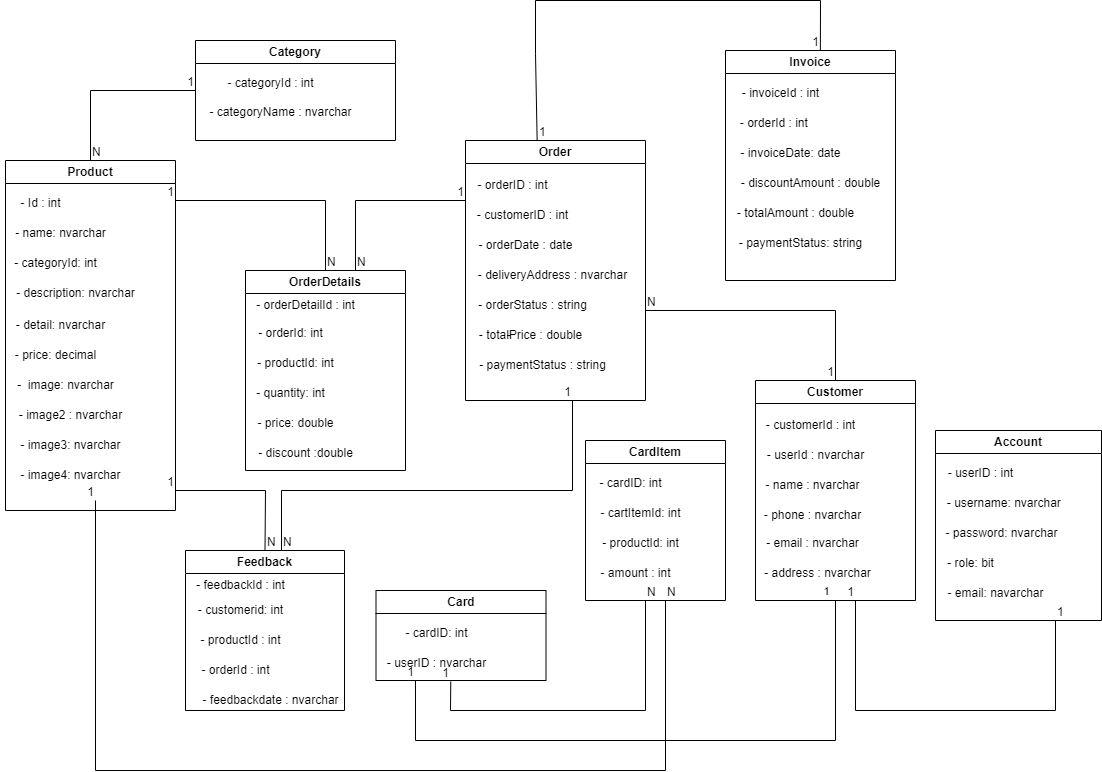
Earlier version of the draw.io export vẽ class diagram cho web bán hàng-Trang-3.drawio.png (TTHTech/Diagram). Source tidied: cells renumbered, new cells last; positions are measured from the earlier drawing's top-left corner, leaving out a move shared by most shapes.
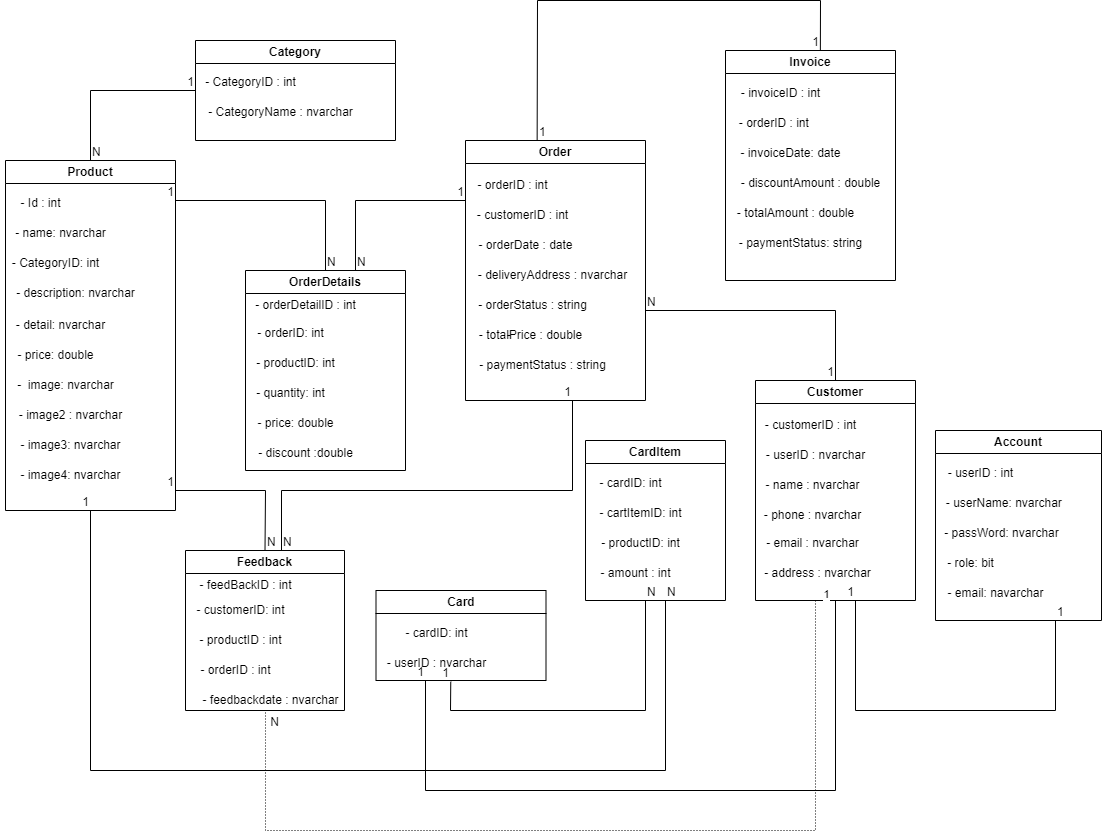
Later version of the same file.

The edit, as a diff of the source:
```diff
@@ -8,7 +8,7 @@
     <mxCell id="3" value="- Id : int" style="text;html=1;align=center;verticalAlign=middle;strokeColor=none;fillColor=none;" parent="2" vertex="1">
       <mxGeometry x="5" y="28" width="60" height="30" as="geometry" />
     </mxCell>
-    <mxCell id="4" value="- categoryId: int" style="text;html=1;align=center;verticalAlign=middle;strokeColor=none;fillColor=none;" parent="2" vertex="1">
+    <mxCell id="4" value="- CategoryID: int" style="text;html=1;align=center;verticalAlign=middle;strokeColor=none;fillColor=none;" parent="2" vertex="1">
       <mxGeometry x="-5" y="88" width="110" height="30" as="geometry" />
     </mxCell>
     <mxCell id="5" value="- name: nvarchar" style="text;html=1;align=center;verticalAlign=middle;strokeColor=none;fillColor=none;" parent="2" vertex="1">
@@ -20,7 +20,7 @@
     <mxCell id="7" value="- detail: nvarchar" style="text;html=1;align=center;verticalAlign=middle;strokeColor=none;fillColor=none;" parent="2" vertex="1">
       <mxGeometry y="150" width="110" height="30" as="geometry" />
     </mxCell>
-    <mxCell id="8" value="- price: decimal" style="text;html=1;align=center;verticalAlign=middle;strokeColor=none;fillColor=none;" parent="2" vertex="1">
+    <mxCell id="8" value="- price: double" style="text;html=1;align=center;verticalAlign=middle;strokeColor=none;fillColor=none;" parent="2" vertex="1">
       <mxGeometry y="180" width="100" height="30" as="geometry" />
     </mxCell>
     <mxCell id="9" value="-&amp;nbsp; image: nvarchar" style="text;html=1;align=center;verticalAlign=middle;strokeColor=none;fillColor=none;" parent="2" vertex="1">
@@ -41,10 +41,10 @@
     <mxCell id="14" value="- userID : int" style="text;html=1;align=center;verticalAlign=middle;strokeColor=none;fillColor=none;" parent="13" vertex="1">
       <mxGeometry y="28" width="90" height="30" as="geometry" />
     </mxCell>
-    <mxCell id="15" value="- username: nvarchar&amp;nbsp;" style="text;html=1;align=center;verticalAlign=middle;strokeColor=none;fillColor=none;" parent="13" vertex="1">
+    <mxCell id="15" value="- userName: nvarchar&amp;nbsp;" style="text;html=1;align=center;verticalAlign=middle;strokeColor=none;fillColor=none;" parent="13" vertex="1">
       <mxGeometry y="58" width="140" height="30" as="geometry" />
     </mxCell>
-    <mxCell id="16" value="- password: nvarchar" style="text;html=1;align=center;verticalAlign=middle;strokeColor=none;fillColor=none;" parent="13" vertex="1">
+    <mxCell id="16" value="- passWord: nvarchar" style="text;html=1;align=center;verticalAlign=middle;strokeColor=none;fillColor=none;" parent="13" vertex="1">
       <mxGeometry x="-4" y="88" width="140" height="30" as="geometry" />
     </mxCell>
     <mxCell id="17" value="- role: bit" style="text;html=1;align=center;verticalAlign=middle;strokeColor=none;fillColor=none;" parent="13" vertex="1">
@@ -65,10 +65,10 @@
     <mxCell id="22" value="Category" style="swimlane;whiteSpace=wrap;html=1;" parent="1" vertex="1">
       <mxGeometry x="195" y="40" width="200" height="100" as="geometry" />
     </mxCell>
-    <mxCell id="23" value="- categoryId : int" style="text;html=1;align=center;verticalAlign=middle;strokeColor=none;fillColor=none;" parent="22" vertex="1">
-      <mxGeometry x="20" y="28" width="110" height="30" as="geometry" />
+    <mxCell id="23" value="- CategoryID : int" style="text;html=1;align=center;verticalAlign=middle;strokeColor=none;fillColor=none;" parent="22" vertex="1">
+      <mxGeometry y="27" width="110" height="30" as="geometry" />
     </mxCell>
-    <mxCell id="24" value="- categoryName : nvarchar" style="text;html=1;align=center;verticalAlign=middle;strokeColor=none;fillColor=none;" parent="22" vertex="1">
+    <mxCell id="24" value="- CategoryName : nvarchar" style="text;html=1;align=center;verticalAlign=middle;strokeColor=none;fillColor=none;" parent="22" vertex="1">
       <mxGeometry y="57" width="170" height="30" as="geometry" />
     </mxCell>
     <mxCell id="25" value="Order" style="swimlane;whiteSpace=wrap;html=1;" parent="1" vertex="1">
@@ -101,13 +101,13 @@
     <mxCell id="34" value="OrderDetails" style="swimlane;whiteSpace=wrap;html=1;" parent="1" vertex="1">
       <mxGeometry x="245" y="270" width="160" height="200" as="geometry" />
     </mxCell>
-    <mxCell id="35" value="-&amp;nbsp;orderDetailId : int" style="text;html=1;align=center;verticalAlign=middle;strokeColor=none;fillColor=none;" parent="34" vertex="1">
+    <mxCell id="35" value="-&amp;nbsp;orderDetailID : int" style="text;html=1;align=center;verticalAlign=middle;strokeColor=none;fillColor=none;" parent="34" vertex="1">
       <mxGeometry y="20" width="120" height="30" as="geometry" />
     </mxCell>
-    <mxCell id="36" value="-&amp;nbsp;orderId: int" style="text;html=1;align=center;verticalAlign=middle;strokeColor=none;fillColor=none;" parent="34" vertex="1">
+    <mxCell id="36" value="-&amp;nbsp;orderID: int" style="text;html=1;align=center;verticalAlign=middle;strokeColor=none;fillColor=none;" parent="34" vertex="1">
       <mxGeometry y="48" width="90" height="30" as="geometry" />
     </mxCell>
-    <mxCell id="37" value="-&amp;nbsp;productId: int" style="text;html=1;align=center;verticalAlign=middle;strokeColor=none;fillColor=none;" parent="34" vertex="1">
+    <mxCell id="37" value="-&amp;nbsp;productID: int" style="text;html=1;align=center;verticalAlign=middle;strokeColor=none;fillColor=none;" parent="34" vertex="1">
       <mxGeometry y="78" width="100" height="30" as="geometry" />
     </mxCell>
     <mxCell id="38" value="-&amp;nbsp;quantity: int" style="text;html=1;align=center;verticalAlign=middle;strokeColor=none;fillColor=none;" parent="34" vertex="1">
@@ -122,16 +122,16 @@
     <mxCell id="41" value="Feedback" style="swimlane;whiteSpace=wrap;html=1;" parent="1" vertex="1">
       <mxGeometry x="185" y="550" width="159" height="160" as="geometry" />
     </mxCell>
-    <mxCell id="42" value="- feedbackId : int" style="text;html=1;align=center;verticalAlign=middle;strokeColor=none;fillColor=none;" parent="41" vertex="1">
-      <mxGeometry y="20" width="110" height="30" as="geometry" />
+    <mxCell id="42" value="- feedBackID : int" style="text;html=1;align=center;verticalAlign=middle;strokeColor=none;fillColor=none;" parent="41" vertex="1">
+      <mxGeometry y="20" width="120" height="30" as="geometry" />
     </mxCell>
-    <mxCell id="43" value="- customerid: int" style="text;html=1;align=center;verticalAlign=middle;strokeColor=none;fillColor=none;" parent="41" vertex="1">
+    <mxCell id="43" value="- customerID: int" style="text;html=1;align=center;verticalAlign=middle;strokeColor=none;fillColor=none;" parent="41" vertex="1">
       <mxGeometry y="45" width="110" height="30" as="geometry" />
     </mxCell>
-    <mxCell id="44" value="- productId : int" style="text;html=1;align=center;verticalAlign=middle;strokeColor=none;fillColor=none;" parent="41" vertex="1">
-      <mxGeometry x="5" y="75" width="100" height="30" as="geometry" />
+    <mxCell id="44" value="- productID : int" style="text;html=1;align=center;verticalAlign=middle;strokeColor=none;fillColor=none;" parent="41" vertex="1">
+      <mxGeometry y="75" width="110" height="30" as="geometry" />
     </mxCell>
-    <mxCell id="45" value="- orderId : int" style="text;html=1;align=center;verticalAlign=middle;strokeColor=none;fillColor=none;" parent="41" vertex="1">
+    <mxCell id="45" value="- orderID : int" style="text;html=1;align=center;verticalAlign=middle;strokeColor=none;fillColor=none;" parent="41" vertex="1">
       <mxGeometry x="5" y="105" width="90" height="30" as="geometry" />
     </mxCell>
     <mxCell id="46" value="- feedbackdate : nvarchar" style="text;html=1;align=center;verticalAlign=middle;strokeColor=none;fillColor=none;" parent="41" vertex="1">
@@ -182,10 +182,10 @@
     <mxCell id="56" value="Customer" style="swimlane;whiteSpace=wrap;html=1;" parent="1" vertex="1">
       <mxGeometry x="755" y="380" width="160" height="220" as="geometry" />
     </mxCell>
-    <mxCell id="57" value="- userId : nvarchar" style="text;html=1;align=center;verticalAlign=middle;strokeColor=none;fillColor=none;" parent="56" vertex="1">
+    <mxCell id="57" value="- userID : nvarchar" style="text;html=1;align=center;verticalAlign=middle;strokeColor=none;fillColor=none;" parent="56" vertex="1">
       <mxGeometry y="60" width="120" height="30" as="geometry" />
     </mxCell>
-    <mxCell id="58" value="- customerId : int" style="text;html=1;align=center;verticalAlign=middle;strokeColor=none;fillColor=none;" parent="56" vertex="1">
+    <mxCell id="58" value="- customerID : int" style="text;html=1;align=center;verticalAlign=middle;strokeColor=none;fillColor=none;" parent="56" vertex="1">
       <mxGeometry y="30" width="110" height="30" as="geometry" />
     </mxCell>
     <mxCell id="59" value="- name : nvarchar" style="text;html=1;align=center;verticalAlign=middle;strokeColor=none;fillColor=none;" parent="56" vertex="1">
@@ -220,10 +220,10 @@
     <mxCell id="67" value="- cardID: int" style="text;html=1;align=center;verticalAlign=middle;strokeColor=none;fillColor=none;" parent="66" vertex="1">
       <mxGeometry y="28" width="90" height="30" as="geometry" />
     </mxCell>
-    <mxCell id="68" value="-&amp;nbsp;cartItemId: int" style="text;html=1;align=center;verticalAlign=middle;strokeColor=none;fillColor=none;" parent="66" vertex="1">
-      <mxGeometry x="5" y="58" width="100" height="30" as="geometry" />
+    <mxCell id="68" value="-&amp;nbsp;cartItemID: int" style="text;html=1;align=center;verticalAlign=middle;strokeColor=none;fillColor=none;" parent="66" vertex="1">
+      <mxGeometry y="58" width="110" height="30" as="geometry" />
     </mxCell>
-    <mxCell id="69" value="- productId: int" style="text;html=1;align=center;verticalAlign=middle;strokeColor=none;fillColor=none;" parent="66" vertex="1">
+    <mxCell id="69" value="- productID: int" style="text;html=1;align=center;verticalAlign=middle;strokeColor=none;fillColor=none;" parent="66" vertex="1">
       <mxGeometry x="5" y="88" width="100" height="30" as="geometry" />
     </mxCell>
     <mxCell id="70" value="- amount : int" style="text;html=1;align=center;verticalAlign=middle;strokeColor=none;fillColor=none;" parent="66" vertex="1">
@@ -232,8 +232,8 @@
     <mxCell id="71" value="Invoice" style="swimlane;whiteSpace=wrap;html=1;" parent="1" vertex="1">
       <mxGeometry x="725" y="50" width="170" height="230" as="geometry" />
     </mxCell>
-    <mxCell id="72" value="-&amp;nbsp;orderId : int&amp;nbsp;" style="text;html=1;align=center;verticalAlign=middle;strokeColor=none;fillColor=none;" parent="71" vertex="1">
-      <mxGeometry x="5" y="58" width="90" height="30" as="geometry" />
+    <mxCell id="72" value="-&amp;nbsp;orderID : int&amp;nbsp;" style="text;html=1;align=center;verticalAlign=middle;strokeColor=none;fillColor=none;" parent="71" vertex="1">
+      <mxGeometry y="58" width="100" height="30" as="geometry" />
     </mxCell>
     <mxCell id="73" value="-&amp;nbsp;invoiceDate: date" style="text;html=1;align=center;verticalAlign=middle;strokeColor=none;fillColor=none;" parent="71" vertex="1">
       <mxGeometry x="5" y="88" width="120" height="30" as="geometry" />
@@ -247,7 +247,7 @@
     <mxCell id="76" value="-&amp;nbsp;paymentStatus: string" style="text;html=1;align=center;verticalAlign=middle;strokeColor=none;fillColor=none;" parent="71" vertex="1">
       <mxGeometry y="178" width="150" height="30" as="geometry" />
     </mxCell>
-    <mxCell id="77" value="-&amp;nbsp;invoiceId : int" style="text;html=1;align=center;verticalAlign=middle;strokeColor=none;fillColor=none;" parent="71" vertex="1">
+    <mxCell id="77" value="-&amp;nbsp;invoiceID : int" style="text;html=1;align=center;verticalAlign=middle;strokeColor=none;fillColor=none;" parent="71" vertex="1">
       <mxGeometry x="5" y="28" width="100" height="30" as="geometry" />
     </mxCell>
     <mxCell id="78" style="endArrow=none;html=1;rounded=0;exitX=0.5;exitY=0;exitDx=0;exitDy=0;" parent="1" edge="1" source="41">
@@ -315,8 +315,7 @@
       <mxGeometry relative="1" as="geometry">
         <mxPoint x="536.6" y="140" as="sourcePoint" />
         <Array as="points">
-          <mxPoint x="535" y="53.1" />
-          <mxPoint x="535" />
+          <mxPoint x="537" />
           <mxPoint x="820" />
         </Array>
       </mxGeometry>
@@ -327,13 +326,12 @@
     <mxCell id="92" value="1" style="html=1;whiteSpace=wrap;align=right;verticalAlign=bottom;" parent="90" vertex="1">
       <mxGeometry x="1" relative="1" as="geometry" />
     </mxCell>
-    <mxCell id="93" style="endArrow=none;html=1;rounded=0;" parent="1" edge="1">
+    <mxCell id="93" style="endArrow=none;html=1;rounded=0;entryX=0.5;entryY=1;entryDx=0;entryDy=0;" parent="1" edge="1" target="2">
       <mxGeometry relative="1" as="geometry">
         <mxPoint x="665" y="600" as="sourcePoint" />
-        <mxPoint x="95" y="500" as="targetPoint" />
         <Array as="points">
           <mxPoint x="665" y="770" />
-          <mxPoint x="95" y="770" />
+          <mxPoint x="90" y="770" />
         </Array>
       </mxGeometry>
     </mxCell>
@@ -343,12 +341,12 @@
     <mxCell id="95" value="1" style="html=1;whiteSpace=wrap;align=right;verticalAlign=bottom;" parent="93" vertex="1">
       <mxGeometry x="1" relative="1" as="geometry" />
     </mxCell>
-    <mxCell id="96" style="endArrow=none;html=1;rounded=0;entryX=0.329;entryY=1.067;entryDx=0;entryDy=0;entryPerimeter=0;" parent="1" edge="1" target="21">
+    <mxCell id="96" style="endArrow=none;html=1;rounded=0;exitX=0.5;exitY=1;exitDx=0;exitDy=0;" parent="1" edge="1" source="56">
       <mxGeometry relative="1" as="geometry">
-        <mxPoint x="835" y="600" as="sourcePoint" />
+        <mxPoint x="425" y="680" as="targetPoint" />
         <Array as="points">
-          <mxPoint x="835" y="740" />
-          <mxPoint x="415" y="740" />
+          <mxPoint x="835" y="790" />
+          <mxPoint x="425" y="790" />
         </Array>
       </mxGeometry>
     </mxCell>
@@ -363,5 +361,20 @@
         <mxPoint x="-12" y="-28" as="offset" />
       </mxGeometry>
     </mxCell>
+    <mxCell id="100" style="endArrow=none;html=1;rounded=0;dashed=1;dashPattern=1 2;" parent="1" edge="1">
+      <mxGeometry relative="1" as="geometry">
+        <mxPoint x="815" y="600" as="sourcePoint" />
+        <mxPoint x="265" y="710" as="targetPoint" />
+        <Array as="points">
+          <mxPoint x="815" y="830" />
+          <mxPoint x="265" y="830" />
+        </Array>
+      </mxGeometry>
+    </mxCell>
+    <mxCell id="101" value="N" style="html=1;whiteSpace=wrap;align=right;verticalAlign=bottom;" parent="100" vertex="1">
+      <mxGeometry x="1" relative="1" as="geometry">
+        <mxPoint x="15" y="20" as="offset" />
+      </mxGeometry>
+    </mxCell>
   </root>
 </mxGraphModel>
```
